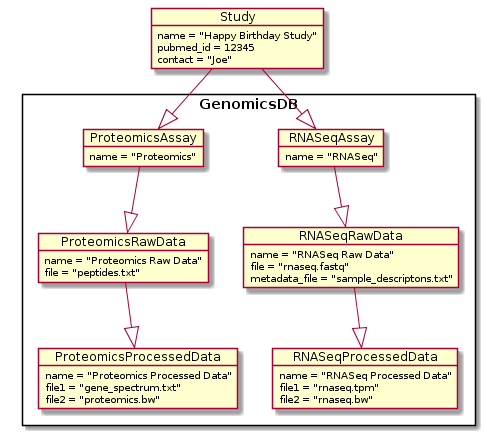
This is project_planning/images/multiple_assays_uml.png from jbrestel/org-docs, a PlantUML export, as it was before one commit.
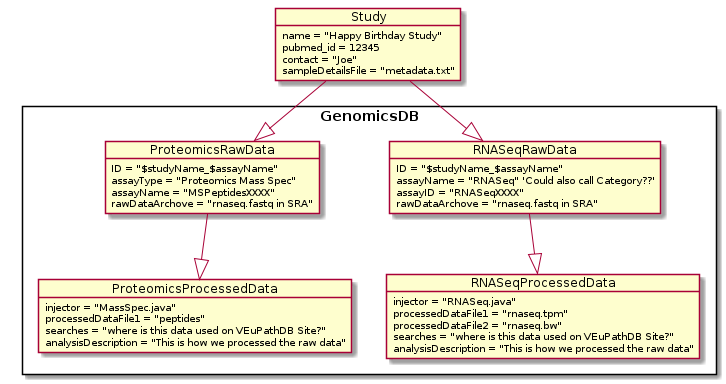
After the commit.

The edit, as a diff of the source:
```diff
@@ -1,40 +1,43 @@
 @startuml
-object Study {
-        name = "Happy Birthday Study"
-        pubmed_id = 12345
-        contact = "Joe"
+  object Study {
+          name = "Happy Birthday Study"
+          pubmed_id = 12345
+          contact = "Joe"
+          sampleDetailsFile = "metadata.txt"
 }
-rectangle GenomicsDB {
-        object RNASeqAssay {
-                name = "RNASeq"
-        }
-        object ProteomicsAssay {
-                name = "Proteomics"
-        }
+  rectangle GenomicsDB {
+
         object RNASeqRawData {
-                name = "RNASeq Raw Data"
-                file = "rnaseq.fastq"
-                metadata_file = "sample_descriptons.txt"
+                ID = "$studyName_$assayName"
+                assayName = "RNASeq" 'Could also call Category??'
+                assayID = "RNASeqXXXX"
+                rawDataArchove = "rnaseq.fastq in SRA"
         }
         object RNASeqProcessedData {
-                name = "RNASeq Processed Data"
-                file1 = "rnaseq.tpm"
-                file2 = "rnaseq.bw"
+                injector = "RNASeq.java"
+                processedDataFile1 = "rnaseq.tpm"
+                processedDataFile2 = "rnaseq.bw"
+                searches = "where is this data used on VEuPathDB Site?"
+                analysisDescription = "This is how we processed the raw data"
         }
+
+
         object ProteomicsRawData {
-                name = "Proteomics Raw Data"
-                file = "peptides.txt"
+                ID = "$studyName_$assayName"
+                assayType = "Proteomics Mass Spec"
+                assayName = "MSPeptidesXXXX"
+                rawDataArchove = "rnaseq.fastq in SRA"
         }
+
         object ProteomicsProcessedData {
-                name = "Proteomics Processed Data"
-                file1 = "gene_spectrum.txt"
-                file2 = "proteomics.bw"
+                injector = "MassSpec.java"
+                processedDataFile1 = "peptides"
+                searches = "where is this data used on VEuPathDB Site?"
+                analysisDescription = "This is how we processed the raw data"
         }
-}
-Study --|> RNASeqAssay
-Study --|> ProteomicsAssay
-RNASeqAssay --|> RNASeqRawData
-ProteomicsAssay --|> ProteomicsRawData
+  }
+  Study --|> RNASeqRawData
 RNASeqRawData --|> RNASeqProcessedData
+  Study --|> ProteomicsRawData
 ProteomicsRawData --|> ProteomicsProcessedData
 @enduml
```
